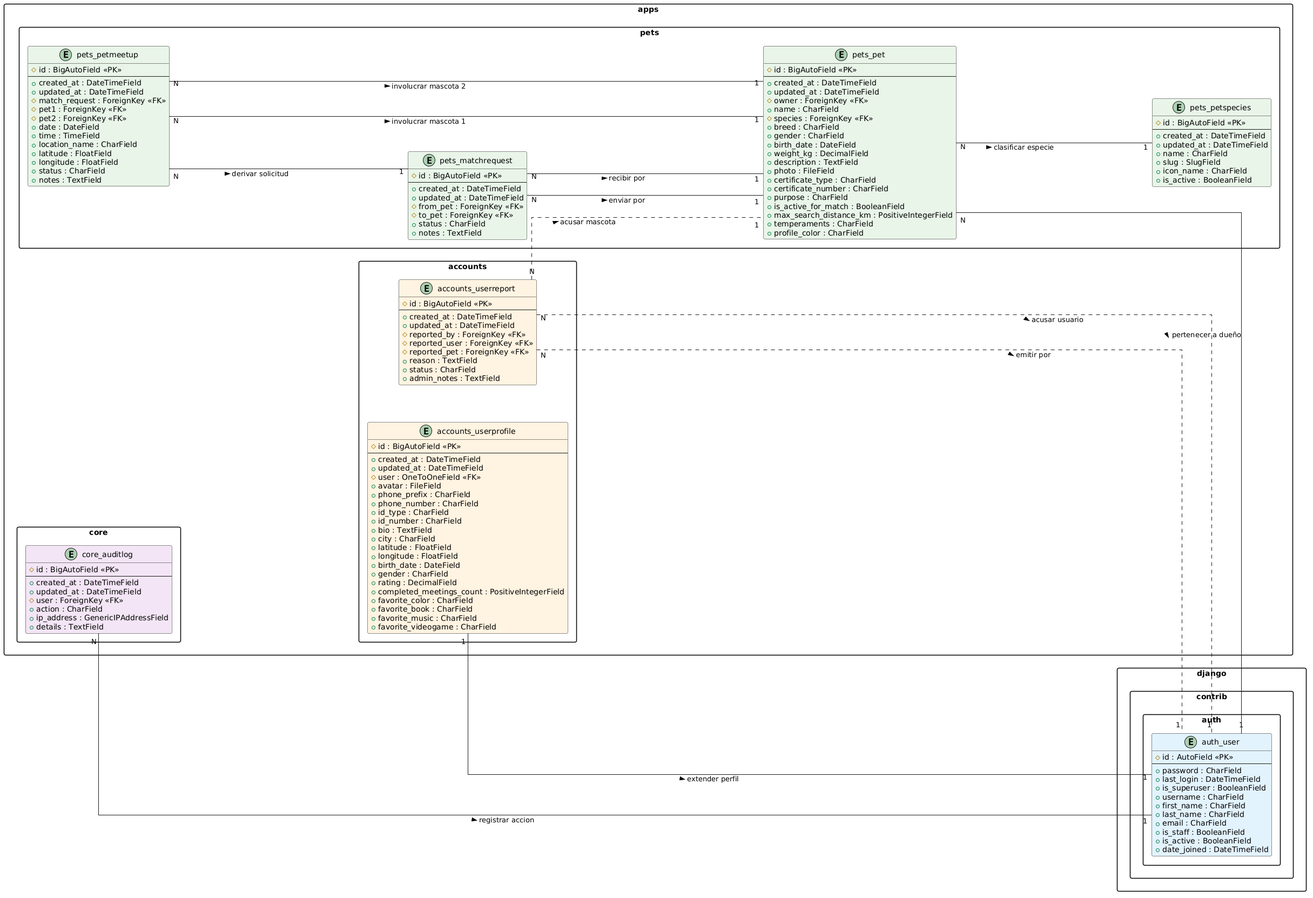
This is docs/petly_er_mvp.png from ATI1-team-4/pet-social-network, a PlantUML export, as it was before one commit. Source of this version:
```plantuml
@startuml
left to right direction

skinparam linetype ortho
skinparam roundcorner 6
skinparam shadowing false
skinparam packageStyle rectangle
skinparam nodesep 70
skinparam ranksep 120

package "django.contrib.auth" {
  entity "auth_user" as auth_user #E3F2FD {
    # id : AutoField <<PK>>
    --
    + password : CharField
    + last_login : DateTimeField
    + is_superuser : BooleanField
    + username : CharField
    + first_name : CharField
    + last_name : CharField
    + email : CharField
    + is_staff : BooleanField
    + is_active : BooleanField
    + date_joined : DateTimeField
  }
}

package "apps.accounts" {
  entity "accounts_userprofile" as accounts_userprofile #FFF3E0 {
    # id : BigAutoField <<PK>>
    --
    + created_at : DateTimeField
    + updated_at : DateTimeField
    # user : OneToOneField <<FK>>
    + avatar : FileField
    + phone_prefix : CharField
    + phone_number : CharField
    + id_type : CharField
    + id_number : CharField
    + bio : TextField
    + city : CharField
    + latitude : FloatField
    + longitude : FloatField
    + birth_date : DateField
    + gender : CharField
    + rating : DecimalField
    + completed_meetings_count : PositiveIntegerField
    + favorite_color : CharField
    + favorite_book : CharField
    + favorite_music : CharField
    + favorite_videogame : CharField
  }
  entity "accounts_userreport" as accounts_userreport #FFF3E0 {
    # id : BigAutoField <<PK>>
    --
    + created_at : DateTimeField
    + updated_at : DateTimeField
    # reported_by : ForeignKey <<FK>>
    # reported_user : ForeignKey <<FK>>
    # reported_pet : ForeignKey <<FK>>
    + reason : TextField
    + status : CharField
    + admin_notes : TextField
  }
}

package "apps.pets" {
  entity "pets_petspecies" as pets_petspecies #E8F5E9 {
    # id : BigAutoField <<PK>>
    --
    + created_at : DateTimeField
    + updated_at : DateTimeField
    + name : CharField
    + slug : SlugField
    + icon_name : CharField
    + is_active : BooleanField
  }
  entity "pets_pet" as pets_pet #E8F5E9 {
    # id : BigAutoField <<PK>>
    --
    + created_at : DateTimeField
    + updated_at : DateTimeField
    # owner : ForeignKey <<FK>>
    + name : CharField
    # species : ForeignKey <<FK>>
    + breed : CharField
    + gender : CharField
    + birth_date : DateField
    + weight_kg : DecimalField
    + description : TextField
    + photo : FileField
    + certificate_type : CharField
    + certificate_number : CharField
    + purpose : CharField
    + is_active_for_match : BooleanField
    + max_search_distance_km : PositiveIntegerField
    + temperaments : CharField
    + profile_color : CharField
  }
  entity "pets_matchrequest" as pets_matchrequest #E8F5E9 {
    # id : BigAutoField <<PK>>
    --
    + created_at : DateTimeField
    + updated_at : DateTimeField
    # from_pet : ForeignKey <<FK>>
    # to_pet : ForeignKey <<FK>>
    + status : CharField
    + notes : TextField
  }
  entity "pets_petmeetup" as pets_petmeetup #E8F5E9 {
    # id : BigAutoField <<PK>>
    --
    + created_at : DateTimeField
    + updated_at : DateTimeField
    # match_request : ForeignKey <<FK>>
    # pet1 : ForeignKey <<FK>>
    # pet2 : ForeignKey <<FK>>
    + date : DateField
    + time : TimeField
    + location_name : CharField
    + latitude : FloatField
    + longitude : FloatField
    + status : CharField
    + notes : TextField
  }
}

package "apps.core" {
  entity "core_auditlog" as core_auditlog #F3E5F5 {
    # id : BigAutoField <<PK>>
    --
    + created_at : DateTimeField
    + updated_at : DateTimeField
    # user : ForeignKey <<FK>>
    + action : CharField
    + ip_address : GenericIPAddressField
    + details : TextField
  }
}

accounts_userprofile "1 " ---- " 1" auth_user : "extender perfil >"
core_auditlog "N " ---- " 1" auth_user : "registrar accion >"
pets_pet "N " ---- " 1" auth_user : "pertenecer a dueño >"

accounts_userreport "N " .... " 1" auth_user : "emitir por >"
accounts_userreport "N " .... " 1" auth_user : "acusar usuario >"
accounts_userreport "N " .... " 1" pets_pet : "acusar mascota >"

pets_pet "N " ---- " 1" pets_petspecies : "clasificar especie >"
pets_matchrequest "N " ---- " 1" pets_pet : "enviar por >"
pets_matchrequest "N " ---- " 1" pets_pet : "recibir por >"

pets_petmeetup "N " ---- " 1" pets_matchrequest : "derivar solicitud >"
pets_petmeetup "N " ---- " 1" pets_pet : "involucrar mascota 1 >"
pets_petmeetup "N " ---- " 1" pets_pet : "involucrar mascota 2 >"
@enduml
```
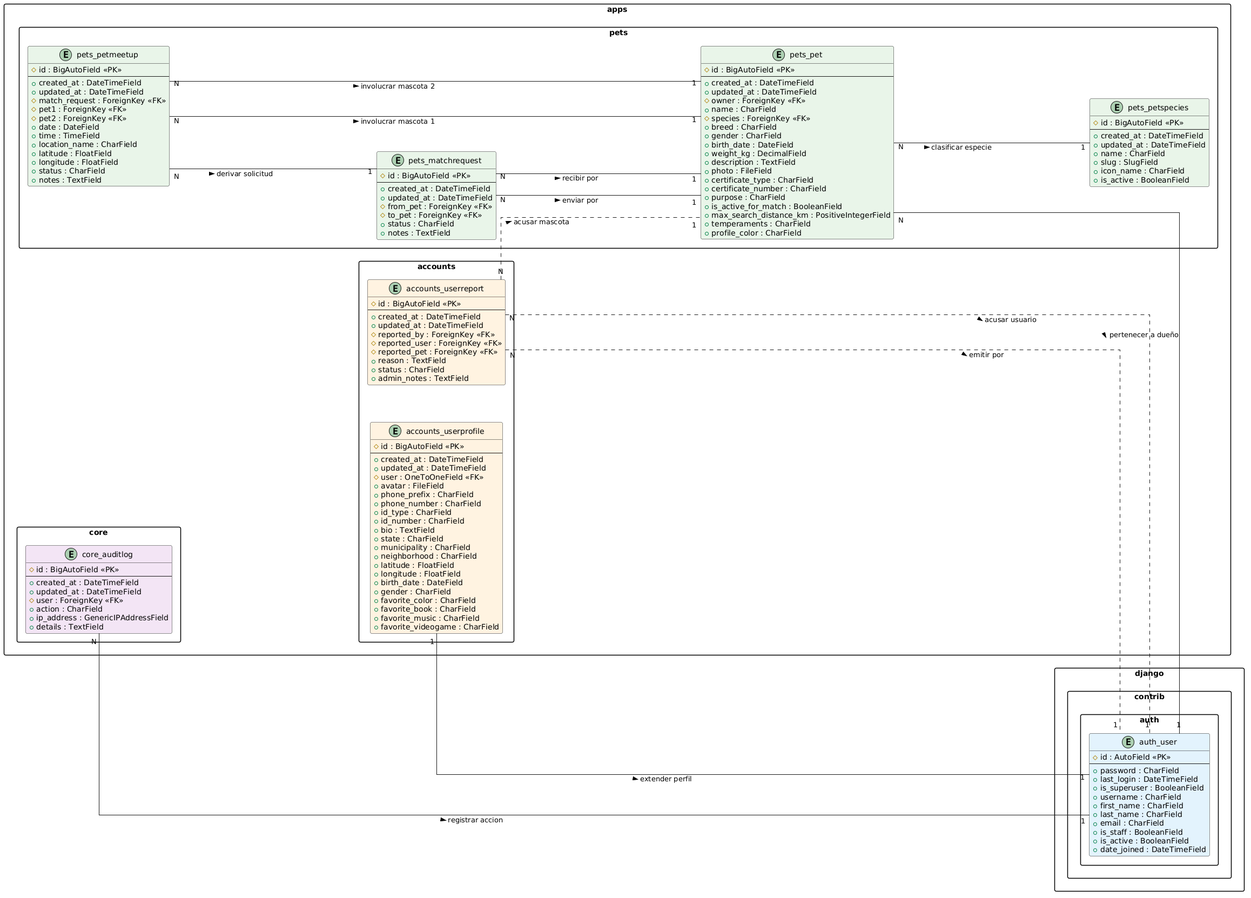
After the commit.

Change to the diagram source:
```diff
@@ -38,13 +38,13 @@
     + id_type : CharField
     + id_number : CharField
     + bio : TextField
-    + city : CharField
+    + state : CharField
+    + municipality : CharField
+    + neighborhood : CharField
     + latitude : FloatField
     + longitude : FloatField
     + birth_date : DateField
     + gender : CharField
-    + rating : DecimalField
-    + completed_meetings_count : PositiveIntegerField
     + favorite_color : CharField
     + favorite_book : CharField
     + favorite_music : CharField
```
